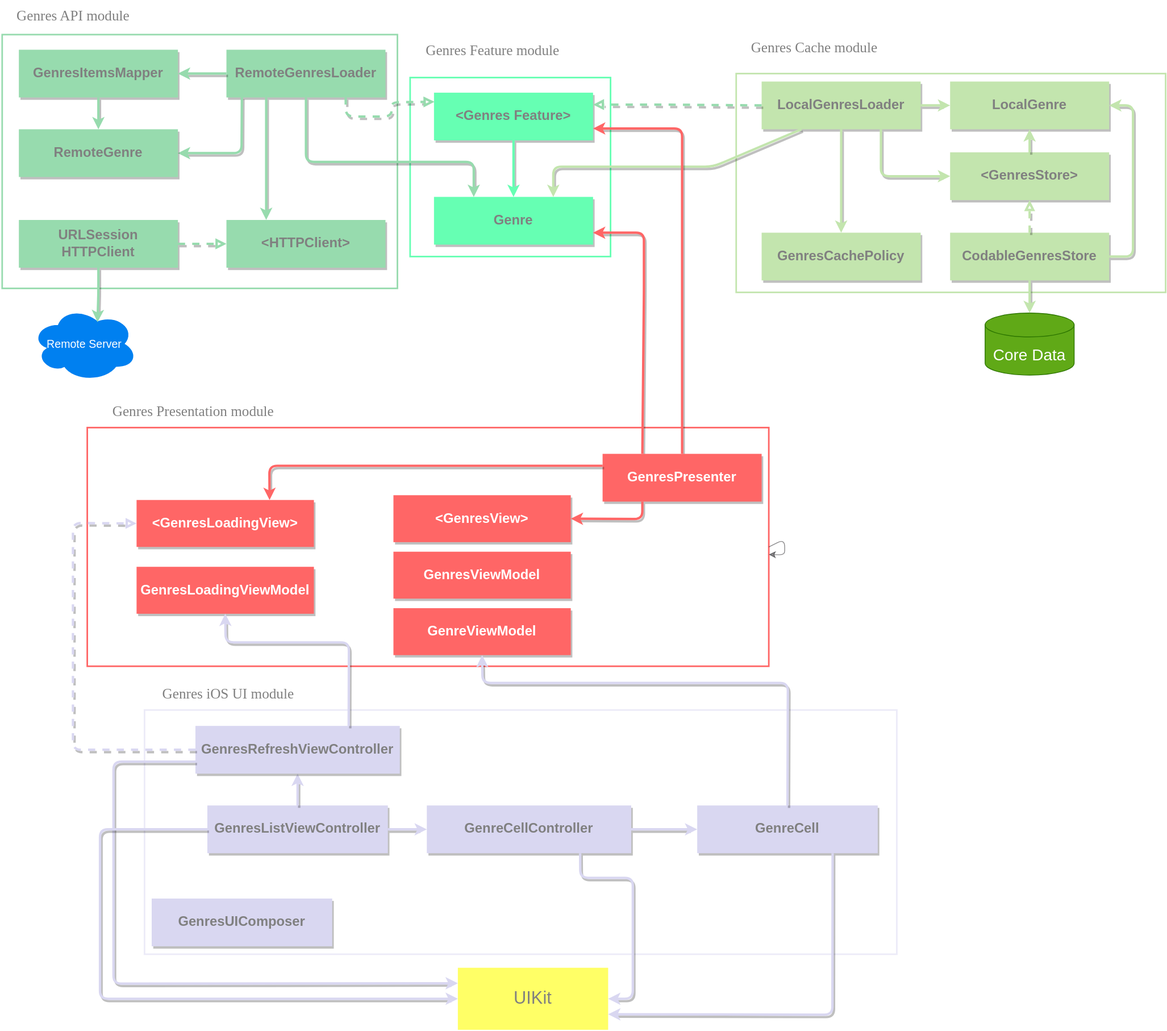
alexnikol/AnyCast keeps this draw.io diagram as Podcasts Genres List/Genres List UI/dependency.drawio.svg. Above is the earlier version. Source tidied: cells renumbered, new cells last; positions are measured from the earlier drawing's top-left corner, leaving out a move shared by most shapes.
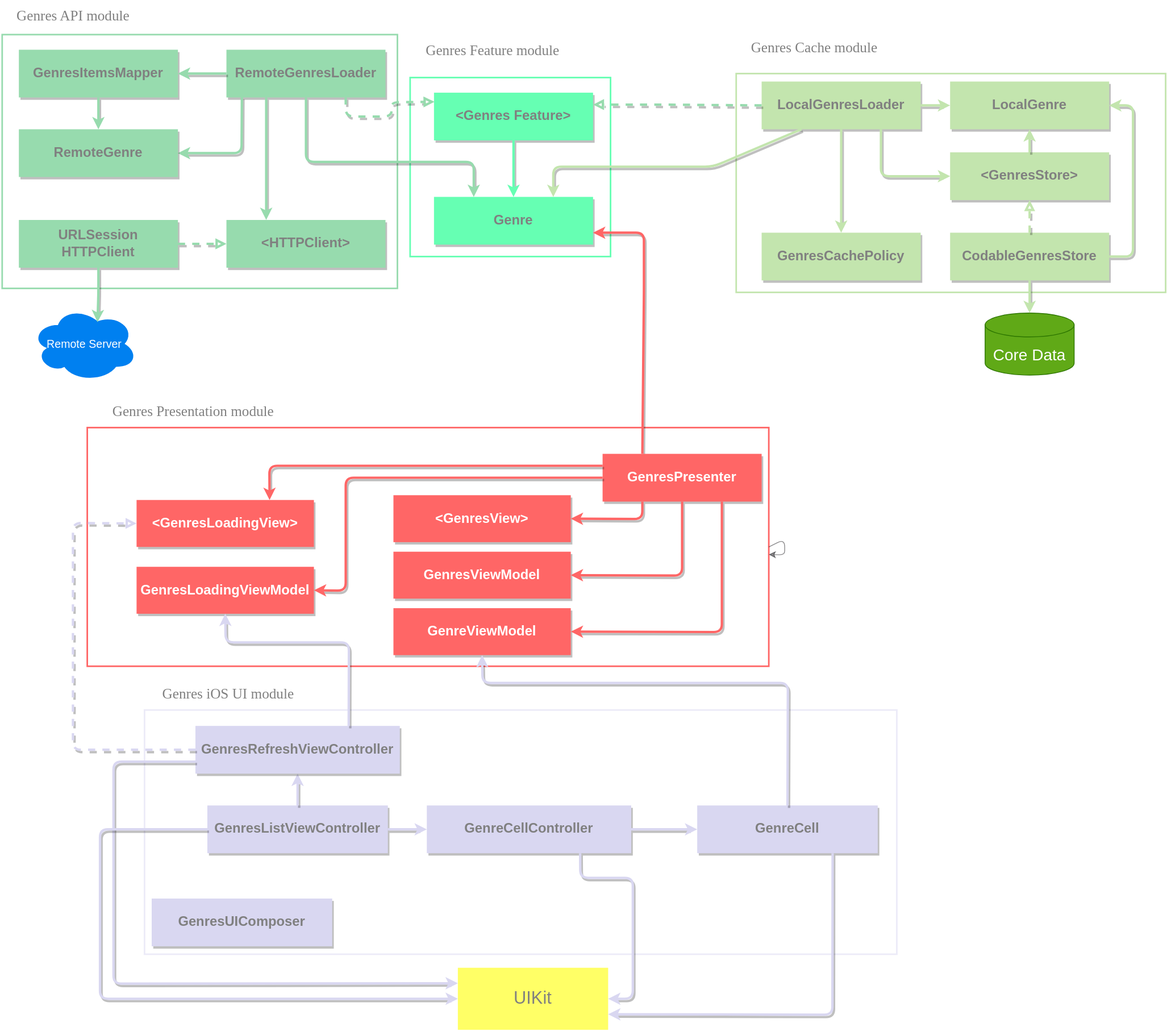
After the change.

Commit message:
Dependency diagram updated

Change to the diagram source:
```diff
@@ -187,13 +187,6 @@
         </Array>
       </mxGeometry>
     </mxCell>
-    <mxCell id="46" style="edgeStyle=none;html=1;exitX=0.5;exitY=0;exitDx=0;exitDy=0;fontSize=17;fontColor=#999900;strokeColor=#FF6666;fillColor=#a20025;strokeWidth=3;shadow=1;entryX=1;entryY=0.75;entryDx=0;entryDy=0;" parent="1" edge="1" source="48" target="9">
-      <mxGeometry relative="1" as="geometry">
-        <Array as="points">
-          <mxPoint x="857" y="161" />
-        </Array>
-      </mxGeometry>
-    </mxCell>
     <mxCell id="47" value="&lt;font style=&quot;font-size: 18px&quot;&gt;Genres Presentation module&lt;/font&gt;" style="text;html=1;strokeColor=none;fillColor=none;align=center;verticalAlign=middle;whiteSpace=wrap;rounded=0;fontFamily=Verdana;fontSize=18;fontColor=#808080;" parent="1" vertex="1">
       <mxGeometry x="109" y="497" width="267" height="40" as="geometry" />
     </mxCell>
@@ -318,5 +311,27 @@
         </Array>
       </mxGeometry>
     </mxCell>
+    <mxCell id="74" style="edgeStyle=none;html=1;exitX=0;exitY=0.5;exitDx=0;exitDy=0;fontSize=17;fontColor=#999900;strokeColor=#FF6666;fillColor=#a20025;strokeWidth=3;shadow=1;entryX=1;entryY=0.5;entryDx=0;entryDy=0;" parent="1" edge="1" source="48" target="63">
+      <mxGeometry relative="1" as="geometry">
+        <Array as="points">
+          <mxPoint x="434" y="600" />
+          <mxPoint x="434" y="742" />
+        </Array>
+      </mxGeometry>
+    </mxCell>
+    <mxCell id="75" style="edgeStyle=none;html=1;exitX=0.5;exitY=1;exitDx=0;exitDy=0;fontSize=17;fontColor=#999900;strokeColor=#FF6666;fillColor=#a20025;strokeWidth=3;shadow=1;entryX=1;entryY=0.5;entryDx=0;entryDy=0;" parent="1" edge="1" source="48" target="64">
+      <mxGeometry relative="1" as="geometry">
+        <Array as="points">
+          <mxPoint x="857" y="723" />
+        </Array>
+      </mxGeometry>
+    </mxCell>
+    <mxCell id="76" style="edgeStyle=none;html=1;exitX=0.75;exitY=1;exitDx=0;exitDy=0;fontSize=17;fontColor=#999900;strokeColor=#FF6666;fillColor=#a20025;strokeWidth=3;shadow=1;entryX=1;entryY=0.5;entryDx=0;entryDy=0;" parent="1" edge="1" source="48" target="65">
+      <mxGeometry relative="1" as="geometry">
+        <Array as="points">
+          <mxPoint x="907" y="794" />
+        </Array>
+      </mxGeometry>
+    </mxCell>
   </root>
 </mxGraphModel>
```
